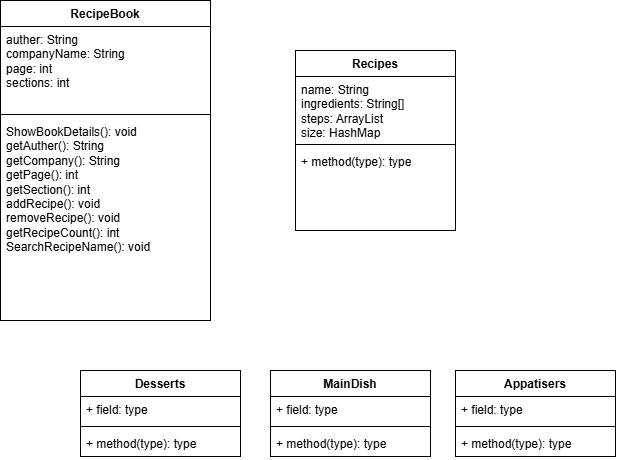
Before: Untitled Diagram.drawio.png, a diagram exported from draw.io (mohammad9181/Delivrable-1-UML). Source tidied: cells renumbered, new cells last; positions are measured from the earlier drawing's top-left corner, leaving out a move shared by most shapes.
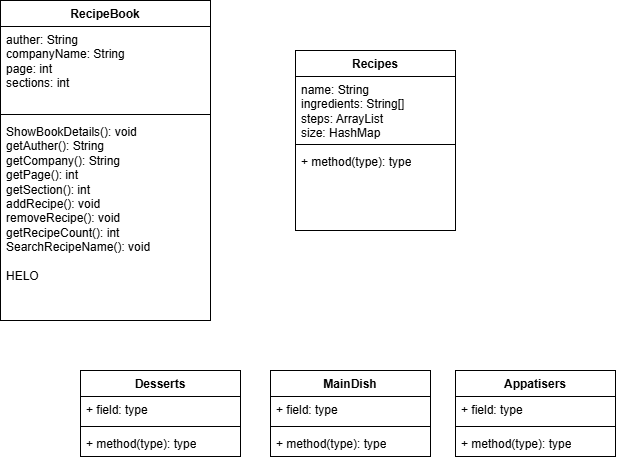
After the commit.

Change to the diagram source:
```diff
@@ -11,7 +11,7 @@
     <mxCell id="4" style="line;strokeWidth=1;fillColor=none;align=left;verticalAlign=middle;spacingTop=-1;spacingLeft=3;spacingRight=3;labelPosition=right;strokeColor=inherit;" parent="2" vertex="1">
       <mxGeometry y="110" width="210" height="8" as="geometry" />
     </mxCell>
-    <mxCell id="5" value="ShowBookDetails(): void&lt;div&gt;getAuther(): String&lt;/div&gt;&lt;div&gt;getCompany(): String&lt;/div&gt;&lt;div&gt;getPage(): int&lt;/div&gt;&lt;div&gt;getSection(): int&lt;/div&gt;&lt;div&gt;addRecipe(): void&lt;/div&gt;&lt;div&gt;removeRecipe(): void&lt;/div&gt;&lt;div&gt;getRecipeCount(): int&lt;/div&gt;&lt;div&gt;SearchRecipeName(): void&lt;/div&gt;" style="text;strokeColor=none;fillColor=none;align=left;verticalAlign=top;spacingLeft=4;spacingRight=4;overflow=hidden;whiteSpace=wrap;html=1;" parent="2" vertex="1">
+    <mxCell id="5" value="ShowBookDetails(): void&lt;div&gt;getAuther(): String&lt;/div&gt;&lt;div&gt;getCompany(): String&lt;/div&gt;&lt;div&gt;getPage(): int&lt;/div&gt;&lt;div&gt;getSection(): int&lt;/div&gt;&lt;div&gt;addRecipe(): void&lt;/div&gt;&lt;div&gt;removeRecipe(): void&lt;/div&gt;&lt;div&gt;getRecipeCount(): int&lt;/div&gt;&lt;div&gt;SearchRecipeName(): void&lt;/div&gt;&lt;div&gt;&lt;br&gt;&lt;/div&gt;&lt;div&gt;HELO&lt;/div&gt;" style="text;strokeColor=none;fillColor=none;align=left;verticalAlign=top;spacingLeft=4;spacingRight=4;overflow=hidden;whiteSpace=wrap;html=1;" parent="2" vertex="1">
       <mxGeometry y="118" width="210" height="202" as="geometry" />
     </mxCell>
     <mxCell id="6" value="Recipes" style="swimlane;fontStyle=1;align=center;verticalAlign=top;horizontal=1;startSize=26;whiteSpace=wrap;html=1;" parent="1" vertex="1">
```
